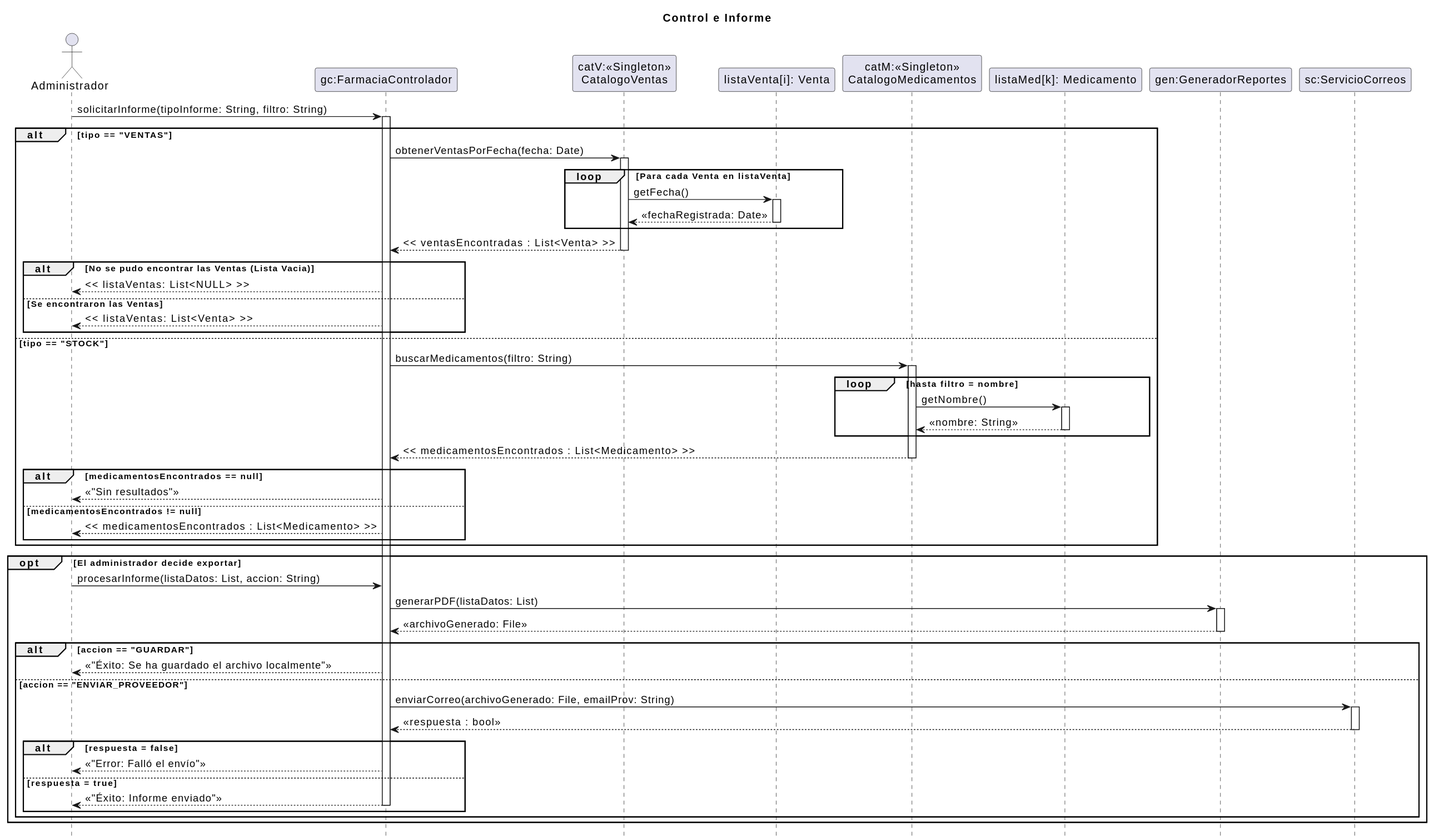
Earlier version of the PlantUML export 08 - Diagramas de Secuencia de Diseño/Control e Informe/CONTROL_E_INFORME.svg (zEzequR/PF-I).
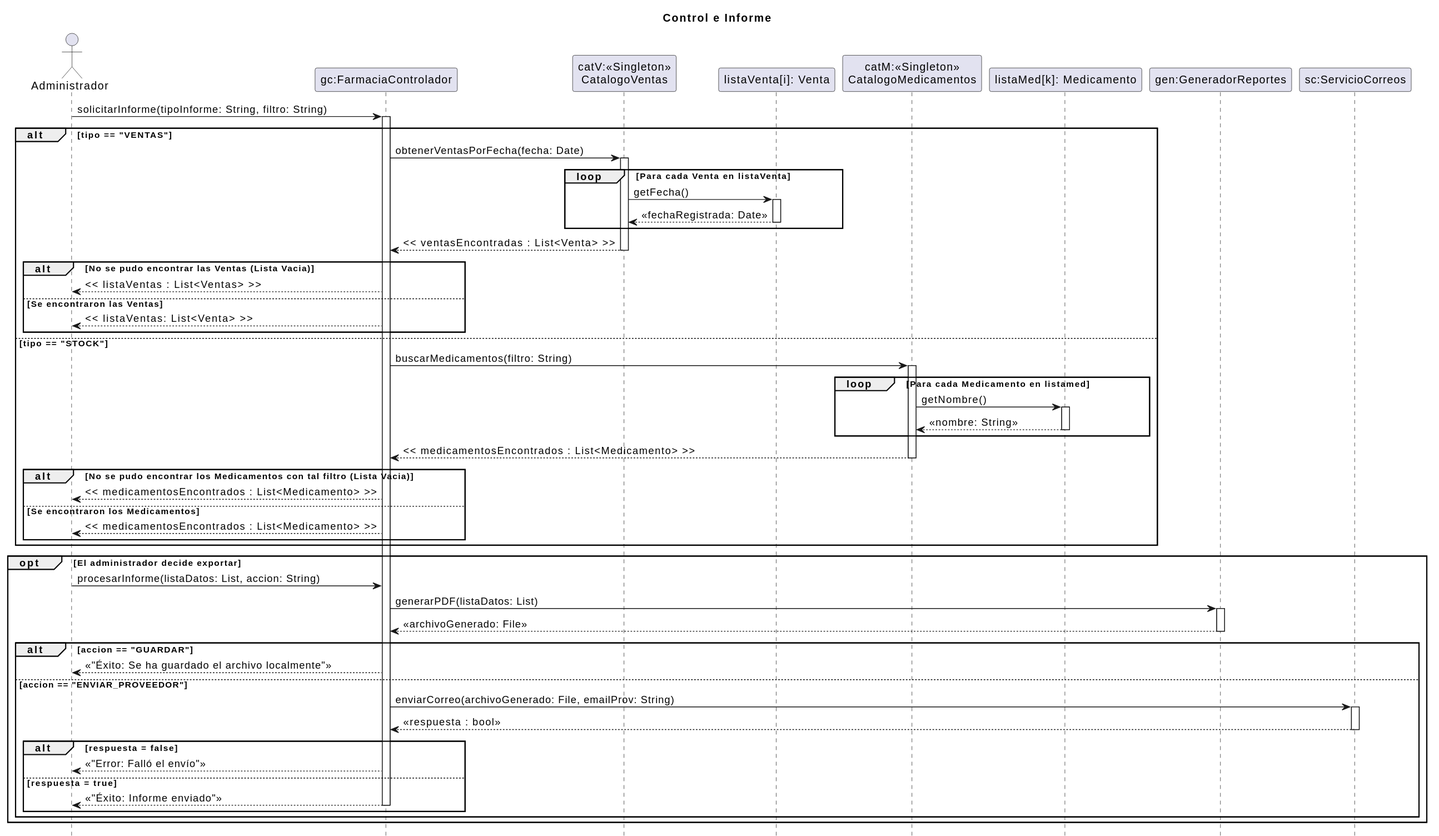
Later version of the same file.

Commit message:
Diagrama de secuencia- Control e informe

What changed in the source:
```diff
@@ -28,7 +28,7 @@
     cat_ventas --> ctrl : << ventasEncontradas : List<Venta> >>
     deactivate cat_ventas
     alt No se pudo encontrar las Ventas (Lista Vacia)
-        ctrl --> admin : << listaVentas: List<NULL> >>
+        ctrl --> admin : << listaVentas : List<Ventas> >>
     else Se encontraron las Ventas
         ctrl --> admin : << listaVentas: List<Venta> >>
     end
@@ -37,7 +37,7 @@
     ctrl -> cat_med : buscarMedicamentos(filtro: String)
     activate cat_med
 
-    loop hasta filtro = nombre
+    loop Para cada Medicamento en listamed
         cat_med -> med : getNombre()
         activate med
         med --> cat_med : << nombre: String >>
@@ -47,9 +47,9 @@
     cat_med --> ctrl : << medicamentosEncontrados : List<Medicamento> >>
     deactivate cat_med
 
-    alt medicamentosEncontrados == null
-        ctrl --> admin : << "Sin resultados" >>
-    else medicamentosEncontrados != null
+    alt No se pudo encontrar los Medicamentos con tal filtro (Lista Vacia)
+        ctrl --> admin : << medicamentosEncontrados : List<Medicamento> >>
+    else Se encontraron los Medicamentos
         ctrl --> admin : << medicamentosEncontrados : List<Medicamento> >>
     end
 end
```
